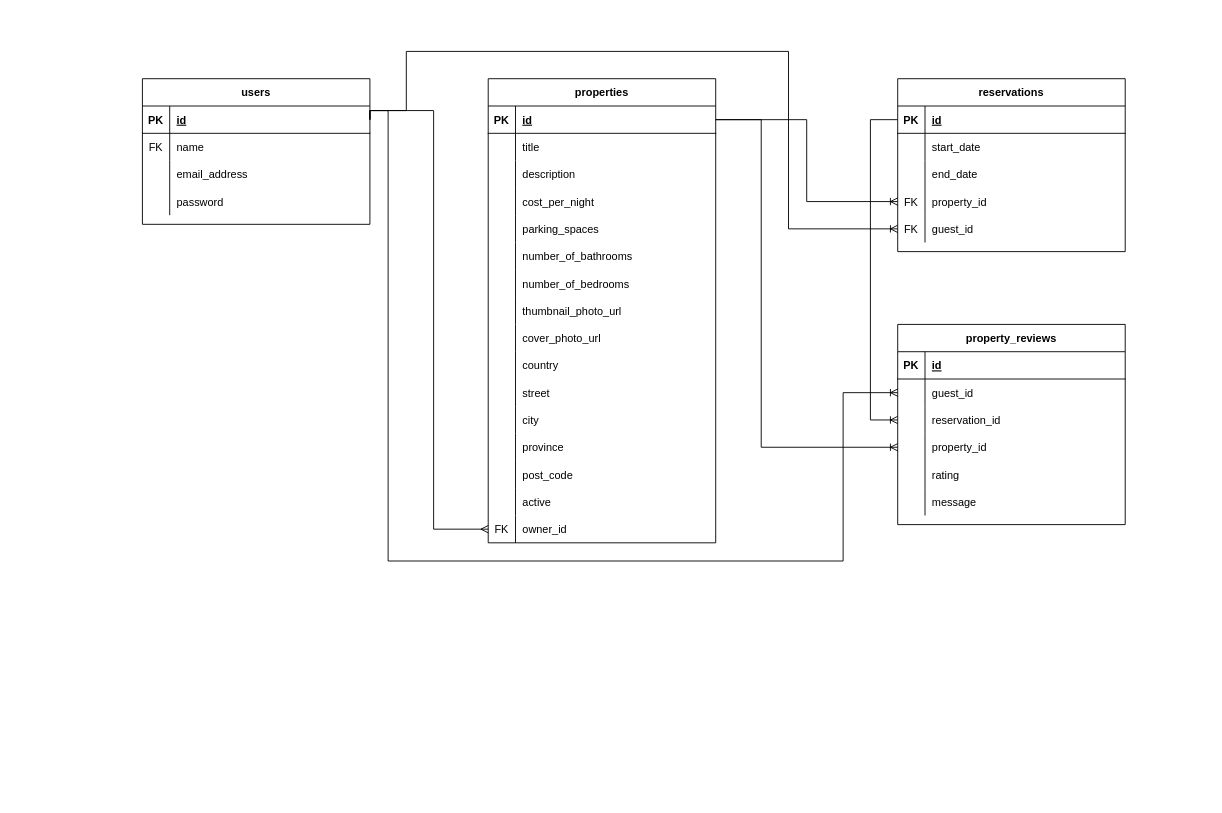
Above: ERD/LighthouseBnB ERD Pablo.drawio in tackpablo/LightBnB (draw.io), before the change. Source tidied: cells renumbered, new cells numbered last; positions are measured from the earlier drawing's top-left corner, leaving out a move shared by most shapes. Both pictures are drawn from the tidied source at 91%, with x=0, y=0 at pixel (142, 51).
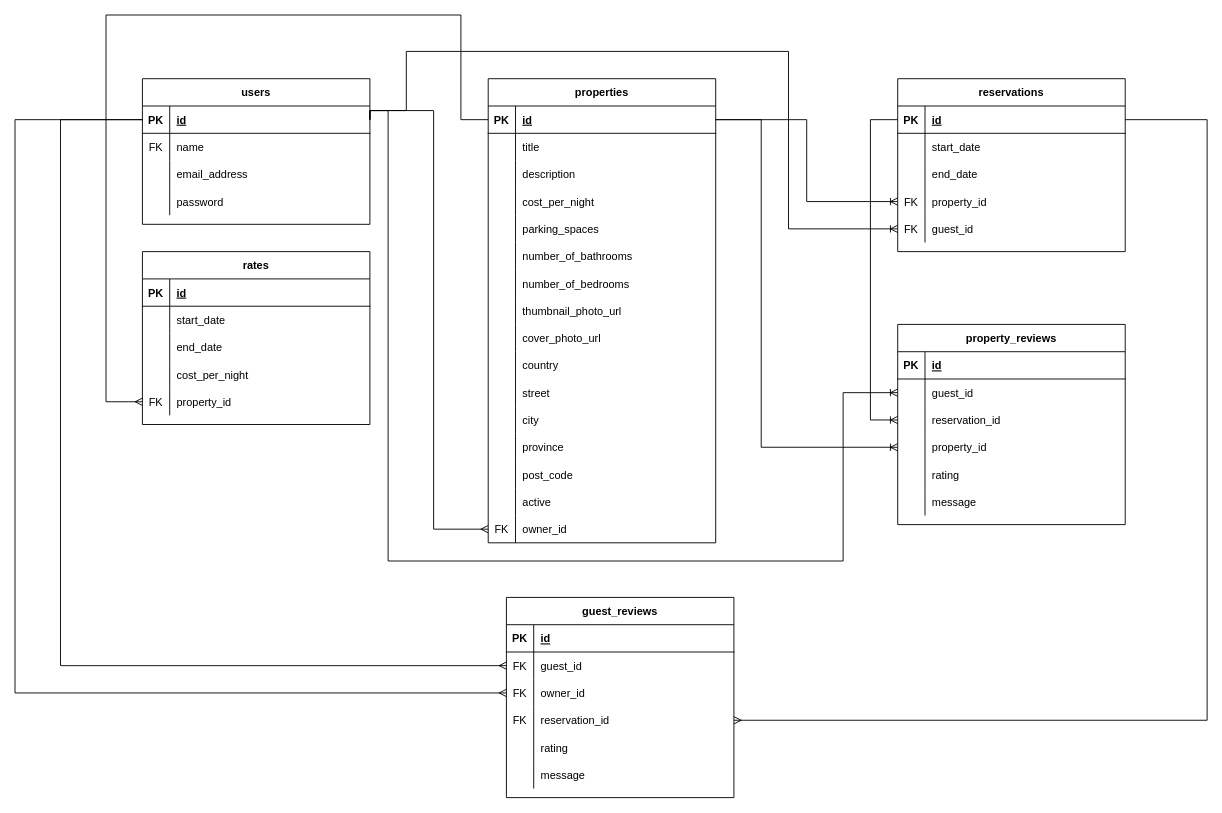
After the change.

Commit message (it also covers changes not shown here):
Updated ERD diagrams, added rates and guest reviews tables

The change refers to these unchanged cells:
```xml
<mxCell id="3" style="shape=partialRectangle;fillColor=none;points=[[0,0.5],[1,0.5]];portConstraint=eastwest;top=0;left=0;right=0;bottom=1;fontStyle=1;" parent="2" vertex="1">
  <mxGeometry y="30" width="250" height="30" as="geometry" />
</mxCell>
<mxCell id="16" style="shape=partialRectangle;fillColor=none;points=[[0,0.5],[1,0.5]];portConstraint=eastwest;top=0;left=0;right=0;bottom=1;" parent="15" vertex="1">
  <mxGeometry y="30" width="250" height="30" as="geometry" />
</mxCell>
<mxCell id="65" style="shape=partialRectangle;fillColor=none;points=[[0,0.5],[1,0.5]];portConstraint=eastwest;top=0;left=0;right=0;bottom=1;" parent="64" vertex="1">
  <mxGeometry y="30" width="250" height="30" as="geometry" />
</mxCell>
```

What changed in the source:
```diff
@@
+    <mxCell id="105" value="rates" style="shape=table;startSize=30;childLayout=tableLayout;rowLines=0;fontStyle=1;align=center;" parent="1" vertex="1">
+      <mxGeometry y="220" width="250" height="190" as="geometry" />
+    </mxCell>
+    <mxCell id="106" style="shape=partialRectangle;fillColor=none;top=0;left=0;right=0;bottom=1;fontStyle=1;" parent="105" vertex="1">
+      <mxGeometry y="30" width="250" height="30" as="geometry" />
+    </mxCell>
+    <mxCell id="107" value="PK" style="shape=partialRectangle;overflow=hidden;fillColor=none;top=0;left=0;bottom=0;right=0;fontStyle=1;" parent="106" vertex="1">
+      <mxGeometry width="30" height="30" as="geometry" />
+    </mxCell>
+    <mxCell id="108" value="id" style="shape=partialRectangle;overflow=hidden;fillColor=none;top=0;left=0;bottom=0;right=0;align=left;spacingLeft=6;fontStyle=5;" parent="106" vertex="1">
+      <mxGeometry x="30" width="220" height="30" as="geometry" />
+    </mxCell>
+    <mxCell id="109" style="shape=partialRectangle;fillColor=none;top=0;left=0;right=0;bottom=0;" parent="105" vertex="1">
+      <mxGeometry y="60" width="250" height="30" as="geometry" />
+    </mxCell>
+    <mxCell id="110" style="shape=partialRectangle;overflow=hidden;fillColor=none;top=0;left=0;bottom=0;right=0;" parent="109" vertex="1">
+      <mxGeometry width="30" height="30" as="geometry" />
+    </mxCell>
+    <mxCell id="111" value="start_date" style="shape=partialRectangle;overflow=hidden;fillColor=none;top=0;left=0;bottom=0;right=0;align=left;spacingLeft=6;" parent="109" vertex="1">
+      <mxGeometry x="30" width="220" height="30" as="geometry" />
+    </mxCell>
+    <mxCell id="112" style="shape=partialRectangle;fillColor=none;top=0;left=0;right=0;bottom=0;" parent="105" vertex="1">
+      <mxGeometry y="90" width="250" height="30" as="geometry" />
+    </mxCell>
+    <mxCell id="113" style="shape=partialRectangle;overflow=hidden;fillColor=none;top=0;left=0;bottom=0;right=0;" parent="112" vertex="1">
+      <mxGeometry width="30" height="30" as="geometry" />
+    </mxCell>
+    <mxCell id="114" value="end_date" style="shape=partialRectangle;overflow=hidden;fillColor=none;top=0;left=0;bottom=0;right=0;align=left;spacingLeft=6;" parent="112" vertex="1">
+      <mxGeometry x="30" width="220" height="30" as="geometry" />
+    </mxCell>
+    <mxCell id="115" style="shape=partialRectangle;fillColor=none;top=0;left=0;right=0;bottom=0;" parent="105" vertex="1">
+      <mxGeometry y="120" width="250" height="30" as="geometry" />
+    </mxCell>
+    <mxCell id="116" style="shape=partialRectangle;overflow=hidden;fillColor=none;top=0;left=0;bottom=0;right=0;" parent="115" vertex="1">
+      <mxGeometry width="30" height="30" as="geometry" />
+    </mxCell>
+    <mxCell id="117" value="cost_per_night" style="shape=partialRectangle;overflow=hidden;fillColor=none;top=0;left=0;bottom=0;right=0;align=left;spacingLeft=6;" parent="115" vertex="1">
+      <mxGeometry x="30" width="220" height="30" as="geometry" />
+    </mxCell>
+    <mxCell id="118" style="shape=partialRectangle;fillColor=none;points=[[0,0.5],[1,0.5]];portConstraint=eastwest;top=0;left=0;right=0;bottom=0;" parent="105" vertex="1">
+      <mxGeometry y="150" width="250" height="30" as="geometry" />
+    </mxCell>
+    <mxCell id="119" value="FK" style="shape=partialRectangle;overflow=hidden;fillColor=none;top=0;left=0;bottom=0;right=0;" parent="118" vertex="1">
+      <mxGeometry width="30" height="30" as="geometry" />
+    </mxCell>
+    <mxCell id="120" value="property_id" style="shape=partialRectangle;overflow=hidden;fillColor=none;top=0;left=0;bottom=0;right=0;align=left;spacingLeft=6;" parent="118" vertex="1">
+      <mxGeometry x="30" width="220" height="30" as="geometry" />
+    </mxCell>
+    <mxCell id="121" value="guest_reviews" style="shape=table;startSize=30;childLayout=tableLayout;rowLines=0;fontStyle=1;align=center;" parent="1" vertex="1">
+      <mxGeometry x="400" y="600" width="250" height="220" as="geometry" />
+    </mxCell>
+    <mxCell id="122" style="shape=partialRectangle;fillColor=none;top=0;left=0;right=0;bottom=1;fontStyle=1;" parent="121" vertex="1">
+      <mxGeometry y="30" width="250" height="30" as="geometry" />
+    </mxCell>
+    <mxCell id="123" value="PK" style="shape=partialRectangle;overflow=hidden;fillColor=none;top=0;left=0;bottom=0;right=0;fontStyle=1;" parent="122" vertex="1">
+      <mxGeometry width="30" height="30" as="geometry" />
+    </mxCell>
+    <mxCell id="124" value="id" style="shape=partialRectangle;overflow=hidden;fillColor=none;top=0;left=0;bottom=0;right=0;align=left;spacingLeft=6;fontStyle=5;" parent="122" vertex="1">
+      <mxGeometry x="30" width="220" height="30" as="geometry" />
+    </mxCell>
+    <mxCell id="125" style="shape=partialRectangle;fillColor=none;points=[[0,0.5],[1,0.5]];portConstraint=eastwest;top=0;left=0;right=0;bottom=0;" parent="121" vertex="1">
+      <mxGeometry y="60" width="250" height="30" as="geometry" />
+    </mxCell>
+    <mxCell id="126" value="FK" style="shape=partialRectangle;overflow=hidden;fillColor=none;top=0;left=0;bottom=0;right=0;" parent="125" vertex="1">
+      <mxGeometry width="30" height="30" as="geometry" />
+    </mxCell>
+    <mxCell id="127" value="guest_id" style="shape=partialRectangle;overflow=hidden;fillColor=none;top=0;left=0;bottom=0;right=0;align=left;spacingLeft=6;" parent="125" vertex="1">
+      <mxGeometry x="30" width="220" height="30" as="geometry" />
+    </mxCell>
+    <mxCell id="128" style="shape=partialRectangle;fillColor=none;points=[[0,0.5],[1,0.5]];portConstraint=eastwest;top=0;left=0;right=0;bottom=0;" parent="121" vertex="1">
+      <mxGeometry y="90" width="250" height="30" as="geometry" />
+    </mxCell>
+    <mxCell id="129" value="FK" style="shape=partialRectangle;overflow=hidden;fillColor=none;top=0;left=0;bottom=0;right=0;" parent="128" vertex="1">
+      <mxGeometry width="30" height="30" as="geometry" />
+    </mxCell>
+    <mxCell id="130" value="owner_id" style="shape=partialRectangle;overflow=hidden;fillColor=none;top=0;left=0;bottom=0;right=0;align=left;spacingLeft=6;" parent="128" vertex="1">
+      <mxGeometry x="30" width="220" height="30" as="geometry" />
+    </mxCell>
+    <mxCell id="131" style="shape=partialRectangle;fillColor=none;points=[[0,0.5],[1,0.5]];portConstraint=eastwest;top=0;left=0;right=0;bottom=0;" parent="121" vertex="1">
+      <mxGeometry y="120" width="250" height="30" as="geometry" />
+    </mxCell>
+    <mxCell id="132" value="FK" style="shape=partialRectangle;overflow=hidden;fillColor=none;top=0;left=0;bottom=0;right=0;" parent="131" vertex="1">
+      <mxGeometry width="30" height="30" as="geometry" />
+    </mxCell>
+    <mxCell id="133" value="reservation_id" style="shape=partialRectangle;overflow=hidden;fillColor=none;top=0;left=0;bottom=0;right=0;align=left;spacingLeft=6;" parent="131" vertex="1">
+      <mxGeometry x="30" width="220" height="30" as="geometry" />
+    </mxCell>
+    <mxCell id="134" style="shape=partialRectangle;fillColor=none;top=0;left=0;right=0;bottom=0;" parent="121" vertex="1">
+      <mxGeometry y="150" width="250" height="30" as="geometry" />
+    </mxCell>
+    <mxCell id="135" style="shape=partialRectangle;overflow=hidden;fillColor=none;top=0;left=0;bottom=0;right=0;" parent="134" vertex="1">
+      <mxGeometry width="30" height="30" as="geometry" />
+    </mxCell>
+    <mxCell id="136" value="rating" style="shape=partialRectangle;overflow=hidden;fillColor=none;top=0;left=0;bottom=0;right=0;align=left;spacingLeft=6;" parent="134" vertex="1">
+      <mxGeometry x="30" width="220" height="30" as="geometry" />
+    </mxCell>
+    <mxCell id="137" style="shape=partialRectangle;fillColor=none;top=0;left=0;right=0;bottom=0;" parent="121" vertex="1">
+      <mxGeometry y="180" width="250" height="30" as="geometry" />
+    </mxCell>
+    <mxCell id="138" style="shape=partialRectangle;overflow=hidden;fillColor=none;top=0;left=0;bottom=0;right=0;" parent="137" vertex="1">
+      <mxGeometry width="30" height="30" as="geometry" />
+    </mxCell>
+    <mxCell id="139" value="message" style="shape=partialRectangle;overflow=hidden;fillColor=none;top=0;left=0;bottom=0;right=0;align=left;spacingLeft=6;" parent="137" vertex="1">
+      <mxGeometry x="30" width="220" height="30" as="geometry" />
+    </mxCell>
+    <mxCell id="140" style="edgeStyle=orthogonalEdgeStyle;fontSize=12;html=1;endArrow=ERmany;rounded=0;exitX=0;exitY=0.5;exitDx=0;exitDy=0;entryX=0;entryY=0.5;entryDx=0;entryDy=0;" parent="1" edge="1" source="16" target="118">
+      <mxGeometry relative="1" as="geometry">
+        <Array as="points">
+          <mxPoint x="350" y="75" />
+          <mxPoint x="350" y="-40" />
+          <mxPoint x="-40" y="-40" />
+          <mxPoint x="-40" y="385" />
+        </Array>
+      </mxGeometry>
+    </mxCell>
+    <mxCell id="141" style="edgeStyle=orthogonalEdgeStyle;fontSize=12;html=1;endArrow=ERmany;rounded=0;exitX=1;exitY=0.5;exitDx=0;exitDy=0;entryX=1;entryY=0.5;entryDx=0;entryDy=0;" parent="1" edge="1" source="65" target="131">
+      <mxGeometry relative="1" as="geometry">
+        <Array as="points">
+          <mxPoint x="1170" y="75" />
+          <mxPoint x="1170" y="735" />
+        </Array>
+      </mxGeometry>
+    </mxCell>
+    <mxCell id="142" style="edgeStyle=orthogonalEdgeStyle;fontSize=12;html=1;endArrow=ERmany;rounded=0;entryX=0;entryY=0.5;entryDx=0;entryDy=0;exitX=0;exitY=0.5;exitDx=0;exitDy=0;" parent="1" edge="1" source="3" target="125">
+      <mxGeometry relative="1" as="geometry">
+        <Array as="points">
+          <mxPoint x="-90" y="75" />
+          <mxPoint x="-90" y="675" />
+        </Array>
+      </mxGeometry>
+    </mxCell>
+    <mxCell id="143" style="edgeStyle=orthogonalEdgeStyle;fontSize=12;html=1;endArrow=ERmany;rounded=0;exitX=0;exitY=0.5;exitDx=0;exitDy=0;entryX=0;entryY=0.5;entryDx=0;entryDy=0;" parent="1" edge="1" source="3" target="128">
+      <mxGeometry relative="1" as="geometry">
+        <Array as="points">
+          <mxPoint x="-140" y="75" />
+          <mxPoint x="-140" y="705" />
+        </Array>
+      </mxGeometry>
+    </mxCell>
```
